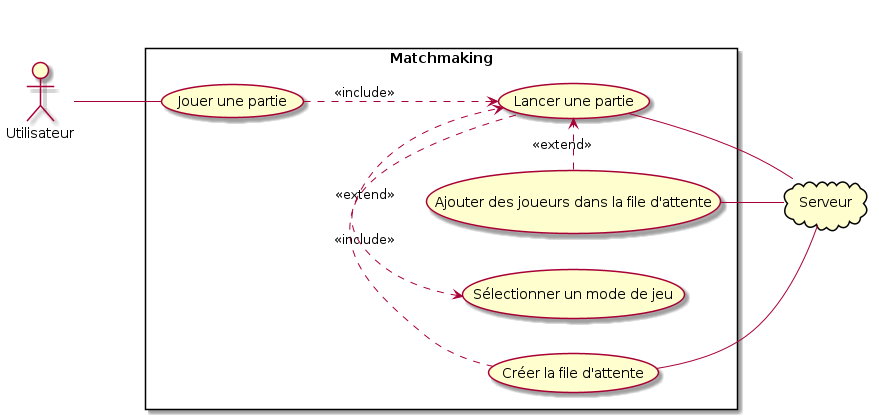
Above: res/uml/usecase/MatchMakingUseCase.png in ulb-info2-group5/Royal-Blocks (PlantUML), before the change. Its source is kept beside it as doc/uml/usecase/matchmaking/MatchMakingUseCase.plantuml.
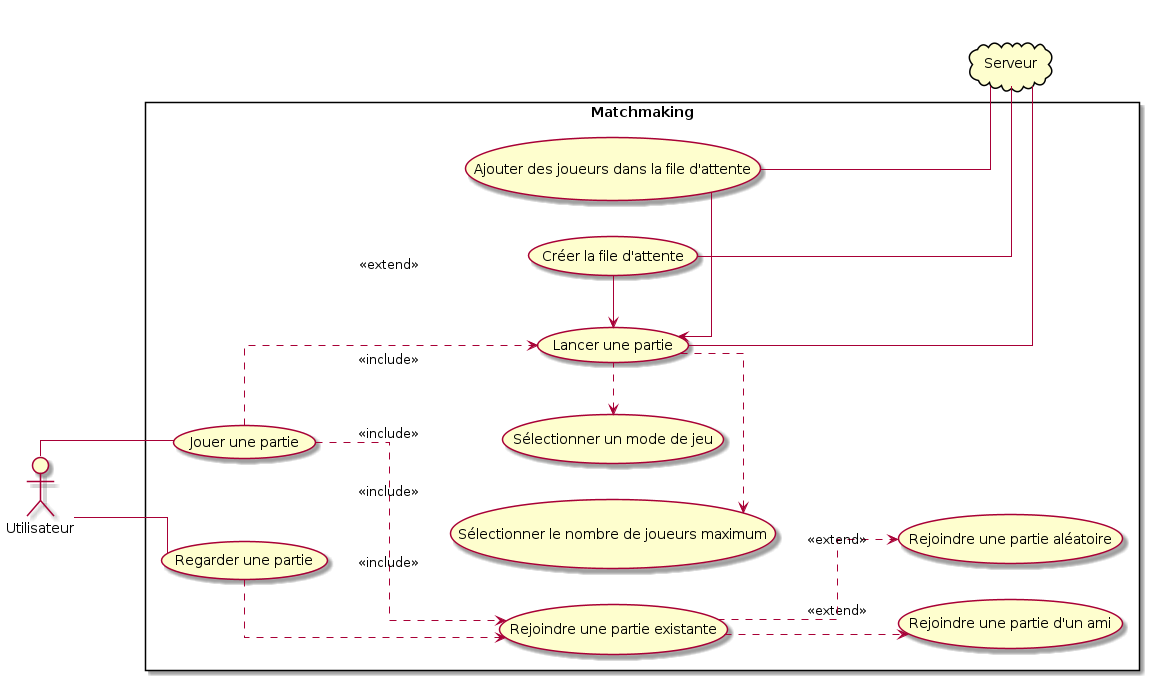
Later version of the same file.

What changed in the source:
```diff
@@ -2,34 +2,48 @@
 
 left to right direction
 actor Utilisateur as user
+skinparam linetype ortho
 
 together {
     cloud "Serveur" as server
 
     rectangle "Matchmaking" as matchmaking {
-        usecase "Créer la file d'attente" as create_queue
         usecase "Jouer une partie" as play_game
+        usecase "Regarder une partie" as watch_game
+
+        usecase "Lancer une partie" as start_game
+        usecase "Rejoindre une partie existante" as join_existing_party
+
+        usecase "Rejoindre une partie d'un ami" as join_a_friend
+        usecase "Rejoindre une partie aléatoire" as join_a_random_party
 
         usecase "Sélectionner un mode de jeu" as select_gamemode
 
-        usecase "Lancer une partie" as start_game
+        usecase "Sélectionner le nombre de joueurs maximum" as select_number_of_players
 
-
-
+        usecase "Créer la file d'attente" as create_queue
         usecase "Ajouter des joueurs dans la file d'attente" as add_players_to_queue
     }
 }
-start_game <-left. create_queue: <<extend>>
-start_game <-left. add_players_to_queue: <<extend>>
+user -- play_game
+user -- watch_game
+
 play_game .-> start_game: <<include>>
+play_game .-> join_existing_party : <<include>>
+
+watch_game .-> join_existing_party : <<include>>
+
+join_existing_party .-> join_a_friend : <<extend>>
+join_existing_party .-> join_a_random_party : <<extend>>
+
 start_game .left-> select_gamemode: <<include>>
-
-
+start_game .left-> select_number_of_players : <<include>>
+start_game <- create_queue: <<extend>>
+start_game <- add_players_to_queue: <<extend>>
 
 create_queue -- server
 add_players_to_queue -- server
 start_game -- server
 
-user -- play_game
 
 @enduml
```
